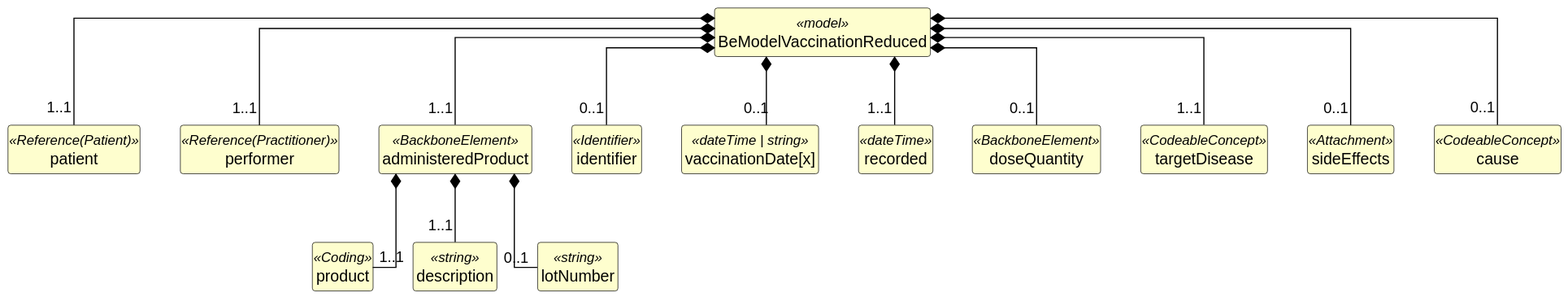
caresets/caresets-src keeps this PlantUML diagram as exports/diagrams/BeModelVaccinationReduced-uml.svg. Above is the earlier version.
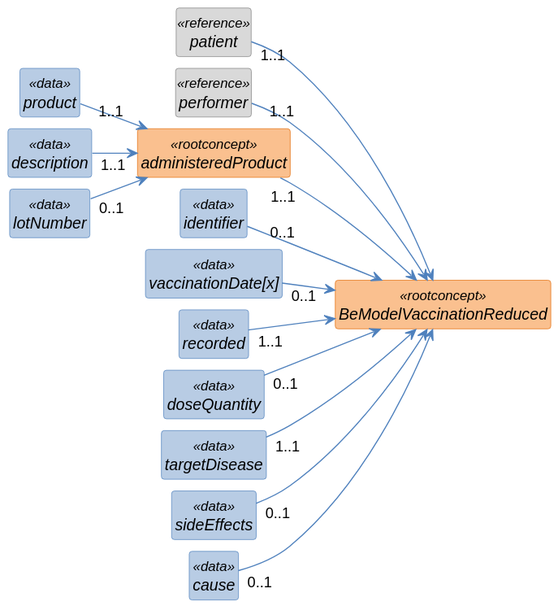
The same diagram one commit later.

What changed in the source:
```diff
@@ -1,70 +1,77 @@
 @startuml
+left to right direction
 skinparam shadowing false
+skinparam nodesep 10
+skinparam ranksep 40
 skinparam classAttributeIconSize 0
-skinparam linetype ortho
 skinparam class {
-  BackgroundColor #FEFECE
-  BorderColor #000000
-  ArrowColor #000000
-  FontStyle bold
-  AttributeFontStyle normal
+  FontStyle italic
+  BackgroundColor<<rootconcept>> #FAC08F
+  BorderColor<<rootconcept>> #E36C0A
+  BackgroundColor<<data>> #B8CCE4
+  BorderColor<<data>> #4F81BD
+  BackgroundColor<<reference>> #D9D9D9
+  BorderColor<<reference>> #808080
+  BackgroundColor<<value set>> #C3D69B
+  BorderColor<<value set>> #77933C
+  ArrowColor #4F81BD
 }
 hide circle
 hide empty members
 
-class "BeModelVaccinationReduced" as BeModelVaccinationReduced <<model>> {
+class "BeModelVaccinationReduced" as BeModelVaccinationReduced <<rootconcept>> {
 }
 
-class "patient" as BeModelVaccinationReduced_patient <<Reference(Patient)>> {
+class "patient" as BeModelVaccinationReduced_patient <<reference>> {
 }
 
-class "performer" as BeModelVaccinationReduced_performer <<Reference(Practitioner)>> {
+class "performer" as BeModelVaccinationReduced_performer <<reference>> {
 }
 
-class "administeredProduct" as BeModelVaccinationReduced_administeredProduct <<BackboneElement>> {
+class "administeredProduct" as BeModelVaccinationReduced_administeredProduct <<rootconcept>> {
 }
 
-class "product" as BeModelVaccinationReduced_administeredProduct_product <<Coding>> {
+class "product" as BeModelVaccinationReduced_administeredProduct_product <<data>> {
 }
 
-class "description" as BeModelVaccinationReduced_administeredProduct_description <<string>> {
+class "description" as BeModelVaccinationReduced_administeredProduct_description <<data>> {
 }
 
-class "lotNumber" as BeModelVaccinationReduced_administeredProduct_lotNumber <<string>> {
+class "lotNumber" as BeModelVaccinationReduced_administeredProduct_lotNumber <<data>> {
 }
 
-class "identifier" as BeModelVaccinationReduced_identifier <<Identifier>> {
+class "identifier" as BeModelVaccinationReduced_identifier <<data>> {
 }
 
-class "vaccinationDate[x]" as BeModelVaccinationReduced_vaccinationDate_x_ <<dateTime | string>> {
+class "vaccinationDate[x]" as BeModelVaccinationReduced_vaccinationDate_x_ <<data>> {
 }
 
-class "recorded" as BeModelVaccinationReduced_recorded <<dateTime>> {
+class "recorded" as BeModelVaccinationReduced_recorded <<data>> {
 }
 
-class "doseQuantity" as BeModelVaccinationReduced_doseQuantity <<BackboneElement>> {
+class "doseQuantity" as BeModelVaccinationReduced_doseQuantity <<data>> {
 }
 
-class "targetDisease" as BeModelVaccinationReduced_targetDisease <<CodeableConcept>> {
+class "targetDisease" as BeModelVaccinationReduced_targetDisease <<data>> {
 }
 
-class "sideEffects" as BeModelVaccinationReduced_sideEffects <<Attachment>> {
+class "sideEffects" as BeModelVaccinationReduced_sideEffects <<data>> {
 }
 
-class "cause" as BeModelVaccinationReduced_cause <<CodeableConcept>> {
+class "cause" as BeModelVaccinationReduced_cause <<data>> {
 }
 
-BeModelVaccinationReduced *-- "1..1" BeModelVaccinationReduced_patient
-BeModelVaccinationReduced *-- "1..1" BeModelVaccinationReduced_performer
-BeModelVaccinationReduced *-- "1..1" BeModelVaccinationReduced_administeredProduct
-BeModelVaccinationReduced_administeredProduct *-- "1..1" BeModelVaccinationReduced_administeredProduct_product
-BeModelVaccinationReduced_administeredProduct *-- "1..1" BeModelVaccinationReduced_administeredProduct_description
-BeModelVaccinationReduced_administeredProduct *-- "0..1" BeModelVaccinationReduced_administeredProduct_lotNumber
-BeModelVaccinationReduced *-- "0..1" BeModelVaccinationReduced_identifier
-BeModelVaccinationReduced *-- "0..1" BeModelVaccinationReduced_vaccinationDate_x_
-BeModelVaccinationReduced *-- "1..1" BeModelVaccinationReduced_recorded
-BeModelVaccinationReduced *-- "0..1" BeModelVaccinationReduced_doseQuantity
-BeModelVaccinationReduced *-- "1..1" BeModelVaccinationReduced_targetDisease
-BeModelVaccinationReduced *-- "0..1" BeModelVaccinationReduced_sideEffects
-BeModelVaccinationReduced *-- "0..1" BeModelVaccinationReduced_cause
+BeModelVaccinationReduced_patient "1..1" --> BeModelVaccinationReduced
+BeModelVaccinationReduced_performer "1..1" --> BeModelVaccinationReduced
+BeModelVaccinationReduced_administeredProduct "1..1" --> BeModelVaccinationReduced
+BeModelVaccinationReduced_administeredProduct_product "1..1" --> BeModelVaccinationReduced_administeredProduct
+BeModelVaccinationReduced_administeredProduct_description "1..1" --> BeModelVaccinationReduced_administeredProduct
+BeModelVaccinationReduced_administeredProduct_lotNumber "0..1" --> BeModelVaccinationReduced_administeredProduct
+BeModelVaccinationReduced_identifier "0..1" --> BeModelVaccinationReduced
+BeModelVaccinationReduced_vaccinationDate_x_ "0..1" --> BeModelVaccinationReduced
+BeModelVaccinationReduced_recorded "1..1" --> BeModelVaccinationReduced
+BeModelVaccinationReduced_doseQuantity "0..1" --> BeModelVaccinationReduced
+BeModelVaccinationReduced_targetDisease "1..1" --> BeModelVaccinationReduced
+BeModelVaccinationReduced_sideEffects "0..1" --> BeModelVaccinationReduced
+BeModelVaccinationReduced_cause "0..1" --> BeModelVaccinationReduced
 @enduml
```
